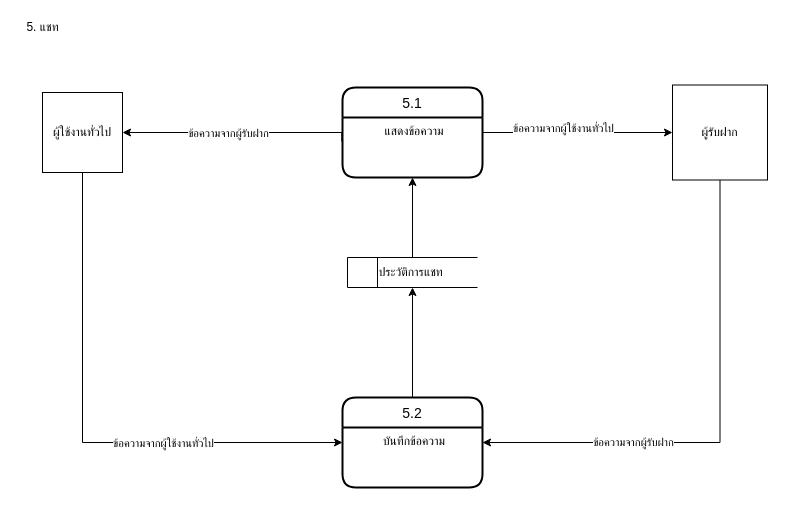
Above: page "process5" (9 of 13) of ProjectProcesses/HostDog_5DFD/dfd.drawio in Hostdogs/Project_Hostdog (draw.io), before the change. Source tidied: cells renumbered, new cells numbered last; positions are measured from the earlier drawing's top-left corner, leaving out a move shared by most shapes. Both pictures are drawn from the tidied source at 100%, with x=0, y=0 at pixel (17, 17).
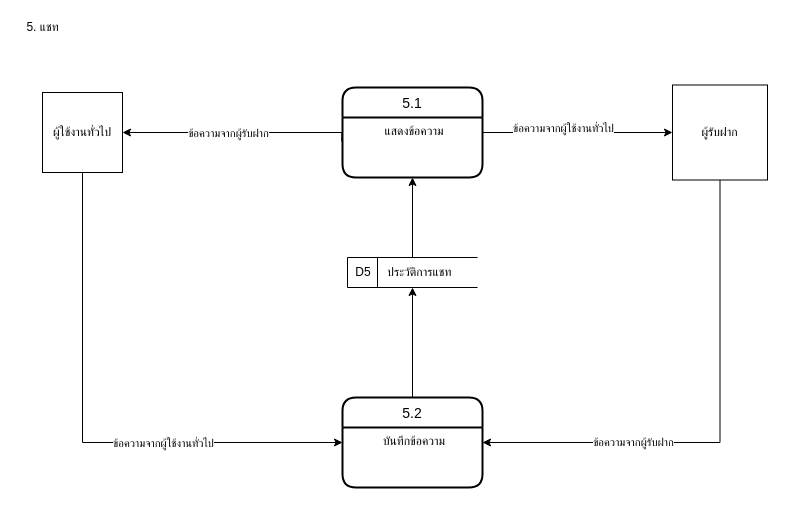
The same page after the edit.

The edit, as a diff of the source:
```diff
@@
-    <mxCell id="9" value="&amp;nbsp; &amp;nbsp; &amp;nbsp; &amp;nbsp; ประวัติการแชท" style="html=1;dashed=0;whitespace=wrap;shape=mxgraph.dfd.dataStoreID;align=left;spacingLeft=3;points=[[0,0],[0.5,0],[1,0],[0,0.5],[1,0.5],[0,1],[0.5,1],[1,1]];" parent="1" vertex="1">
+    <mxCell id="9" value="&amp;nbsp;D5&amp;nbsp; &amp;nbsp; &amp;nbsp;ประวัติการแชท" style="html=1;dashed=0;whitespace=wrap;shape=mxgraph.dfd.dataStoreID;align=left;spacingLeft=3;points=[[0,0],[0.5,0],[1,0],[0,0.5],[1,0.5],[0,1],[0.5,1],[1,1]];" parent="1" vertex="1">
       <mxGeometry x="330" y="240" width="130" height="30" as="geometry" />
     </mxCell>
```
